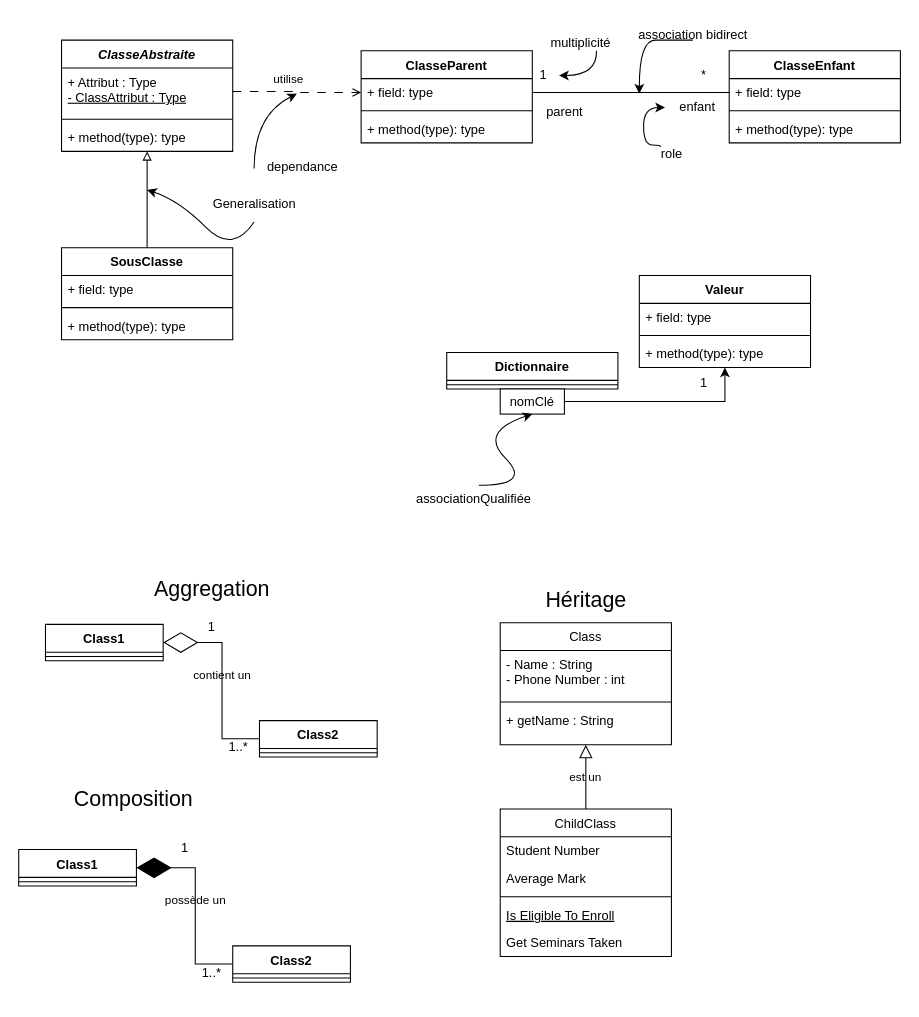
Nereoll/draw.io keeps this draw.io diagram as Diagramme sans nom.drawio. Above is the earlier version. Source tidied: cells renumbered, new cells numbered last; positions are measured from the earlier drawing's top-left corner, leaving out a move shared by most shapes. Both pictures are drawn from the tidied source at 107%, with x=0, y=0 at pixel (18, 18).
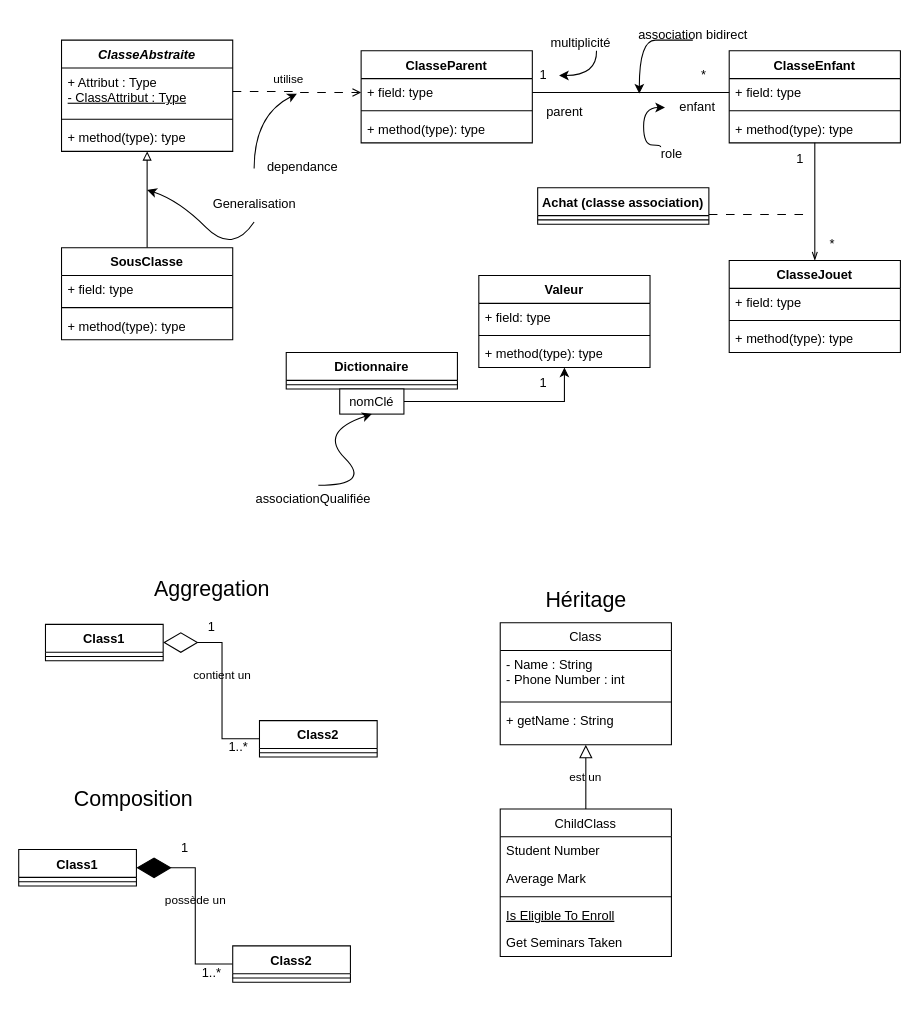
The same diagram, later.

Commit message (it also covers changes not shown here):
Mettre à jour Diagramme sans nom.drawio

The change refers to these unchanged cells:
```xml
<mxCell id="43" value="ClasseEnfant" style="swimlane;fontStyle=1;align=center;verticalAlign=top;horizontal=1;startSize=26;whiteSpace=wrap;html=1;labelBackgroundColor=none;" parent="1" vertex="1">
  <mxGeometry x="664" y="30" width="160" height="86" as="geometry" />
</mxCell>
```

The edit, as a diff of the source:
```diff
@@
     <mxCell id="65" value="Dictionnaire" style="swimlane;fontStyle=1;align=center;verticalAlign=top;horizontal=1;startSize=26;whiteSpace=wrap;html=1;labelBackgroundColor=none;" parent="1" vertex="1">
-      <mxGeometry x="400" y="312" width="160" height="34" as="geometry" />
+      <mxGeometry x="250" y="312" width="160" height="34" as="geometry" />
     </mxCell>
@@
     <mxCell id="68" value="nomClé" style="rounded=0;whiteSpace=wrap;html=1;labelBackgroundColor=none;" parent="1" vertex="1">
-      <mxGeometry x="450" y="346" width="60" height="23.5" as="geometry" />
+      <mxGeometry x="300" y="346" width="60" height="23.5" as="geometry" />
     </mxCell>
     <mxCell id="69" value="Valeur" style="swimlane;fontStyle=1;align=center;verticalAlign=top;horizontal=1;startSize=26;whiteSpace=wrap;html=1;labelBackgroundColor=none;" parent="1" vertex="1">
-      <mxGeometry x="580" y="240" width="160" height="86" as="geometry" />
+      <mxGeometry x="430" y="240" width="160" height="86" as="geometry" />
     </mxCell>
@@
     <mxCell id="73" style="curved=1;endArrow=classic;html=1;rounded=0;entryX=0.5;entryY=1;entryDx=0;entryDy=0;labelBackgroundColor=none;fontColor=default;" parent="1" edge="1" target="68">
       <mxGeometry relative="1" as="geometry">
-        <mxPoint x="430" y="436" as="sourcePoint" />
+        <mxPoint x="280" y="436" as="sourcePoint" />
         <Array as="points">
-          <mxPoint x="480" y="436" />
-          <mxPoint x="430" y="386" />
+          <mxPoint x="330" y="436" />
+          <mxPoint x="280" y="386" />
         </Array>
       </mxGeometry>
     </mxCell>
     <mxCell id="74" value="associationQualifiée" style="text;html=1;align=center;verticalAlign=middle;strokeColor=none;fillColor=none;labelBackgroundColor=none;" parent="1" vertex="1">
-      <mxGeometry x="360" y="434" width="130" height="30" as="geometry" />
+      <mxGeometry x="210" y="434" width="130" height="30" as="geometry" />
     </mxCell>
     <mxCell id="75" value="1" style="text;html=1;align=center;verticalAlign=middle;strokeColor=none;fillColor=none;labelBackgroundColor=none;" parent="1" vertex="1">
-      <mxGeometry x="625" y="326" width="30" height="30" as="geometry" />
+      <mxGeometry x="475" y="326" width="30" height="30" as="geometry" />
     </mxCell>
@@
+    <mxCell id="77" style="edgeStyle=orthogonalEdgeStyle;rounded=0;jettySize=auto;html=1;endArrow=none;endFill=0;startArrow=openThin;startFill=0;" parent="1" edge="1" source="78" target="43">
+      <mxGeometry relative="1" as="geometry" />
+    </mxCell>
+    <mxCell id="78" value="ClasseJouet" style="swimlane;fontStyle=1;align=center;verticalAlign=top;horizontal=1;startSize=26;whiteSpace=wrap;html=1;" parent="1" vertex="1">
+      <mxGeometry x="664" y="226" width="160" height="86" as="geometry" />
+    </mxCell>
+    <mxCell id="79" value="+ field: type" style="text;strokeColor=none;fillColor=none;align=left;verticalAlign=top;spacingLeft=4;spacingRight=4;overflow=hidden;whiteSpace=wrap;html=1;" parent="78" vertex="1">
+      <mxGeometry y="26" width="160" height="26" as="geometry" />
+    </mxCell>
+    <mxCell id="80" style="line;strokeWidth=1;fillColor=none;align=left;verticalAlign=middle;spacingTop=-1;spacingLeft=3;spacingRight=3;labelPosition=right;strokeColor=inherit;" parent="78" vertex="1">
+      <mxGeometry y="52" width="160" height="8" as="geometry" />
+    </mxCell>
+    <mxCell id="81" value="+ method(type): type" style="text;strokeColor=none;fillColor=none;align=left;verticalAlign=top;spacingLeft=4;spacingRight=4;overflow=hidden;whiteSpace=wrap;html=1;" parent="78" vertex="1">
+      <mxGeometry y="60" width="160" height="26" as="geometry" />
+    </mxCell>
+    <mxCell id="82" style="edgeStyle=orthogonalEdgeStyle;rounded=0;jettySize=auto;html=1;endArrow=none;endFill=0;dashed=1;dashPattern=8 8;" parent="1" edge="1" source="83">
+      <mxGeometry relative="1" as="geometry">
+        <mxPoint x="740" y="183" as="targetPoint" />
+        <Array as="points">
+          <mxPoint x="690" y="183" />
+          <mxPoint x="690" y="183" />
+        </Array>
+      </mxGeometry>
+    </mxCell>
+    <mxCell id="83" value="Achat (classe association)" style="swimlane;fontStyle=1;align=center;verticalAlign=top;horizontal=1;startSize=26;whiteSpace=wrap;html=1;" parent="1" vertex="1">
+      <mxGeometry x="485" y="158" width="160" height="34" as="geometry" />
+    </mxCell>
+    <mxCell id="84" style="line;strokeWidth=1;fillColor=none;align=left;verticalAlign=middle;spacingTop=-1;spacingLeft=3;spacingRight=3;labelPosition=right;strokeColor=inherit;" parent="83" vertex="1">
+      <mxGeometry y="26" width="160" height="8" as="geometry" />
+    </mxCell>
+    <mxCell id="85" value="1" style="text;html=1;align=center;verticalAlign=middle;strokeColor=none;fillColor=none;" parent="1" vertex="1">
+      <mxGeometry x="715" y="116" width="30" height="30" as="geometry" />
+    </mxCell>
+    <mxCell id="86" value="*" style="text;html=1;align=center;verticalAlign=middle;strokeColor=none;fillColor=none;" parent="1" vertex="1">
+      <mxGeometry x="745" y="196" width="30" height="30" as="geometry" />
+    </mxCell>
```
